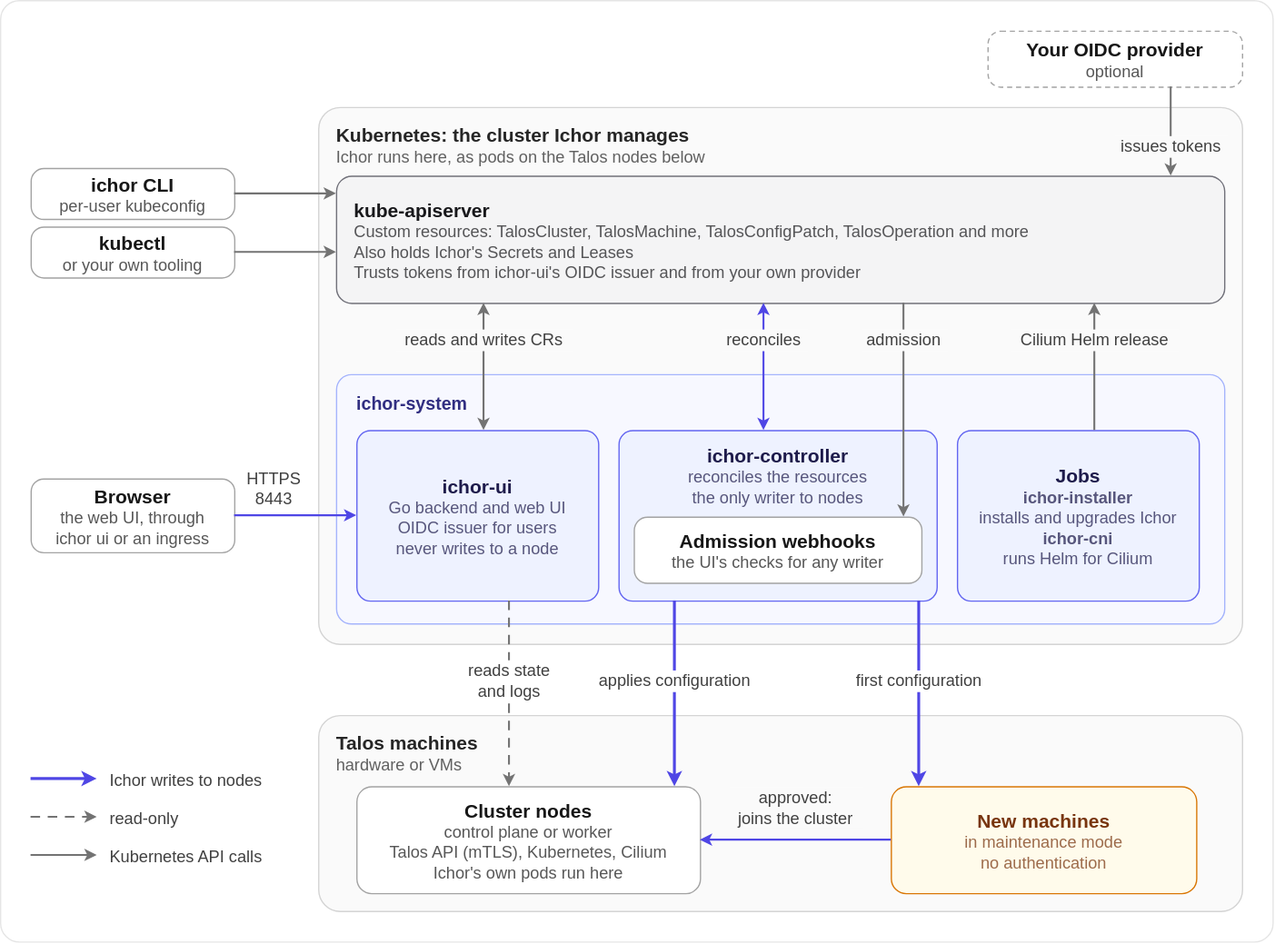
This is docs/images/architecture.light.drawio.svg from maeshinshin/ichor, a draw.io export, as it was before one commit. Source tidied: cells renumbered, new cells last; positions are measured from the earlier drawing's top-left corner, leaving out a move shared by most shapes.
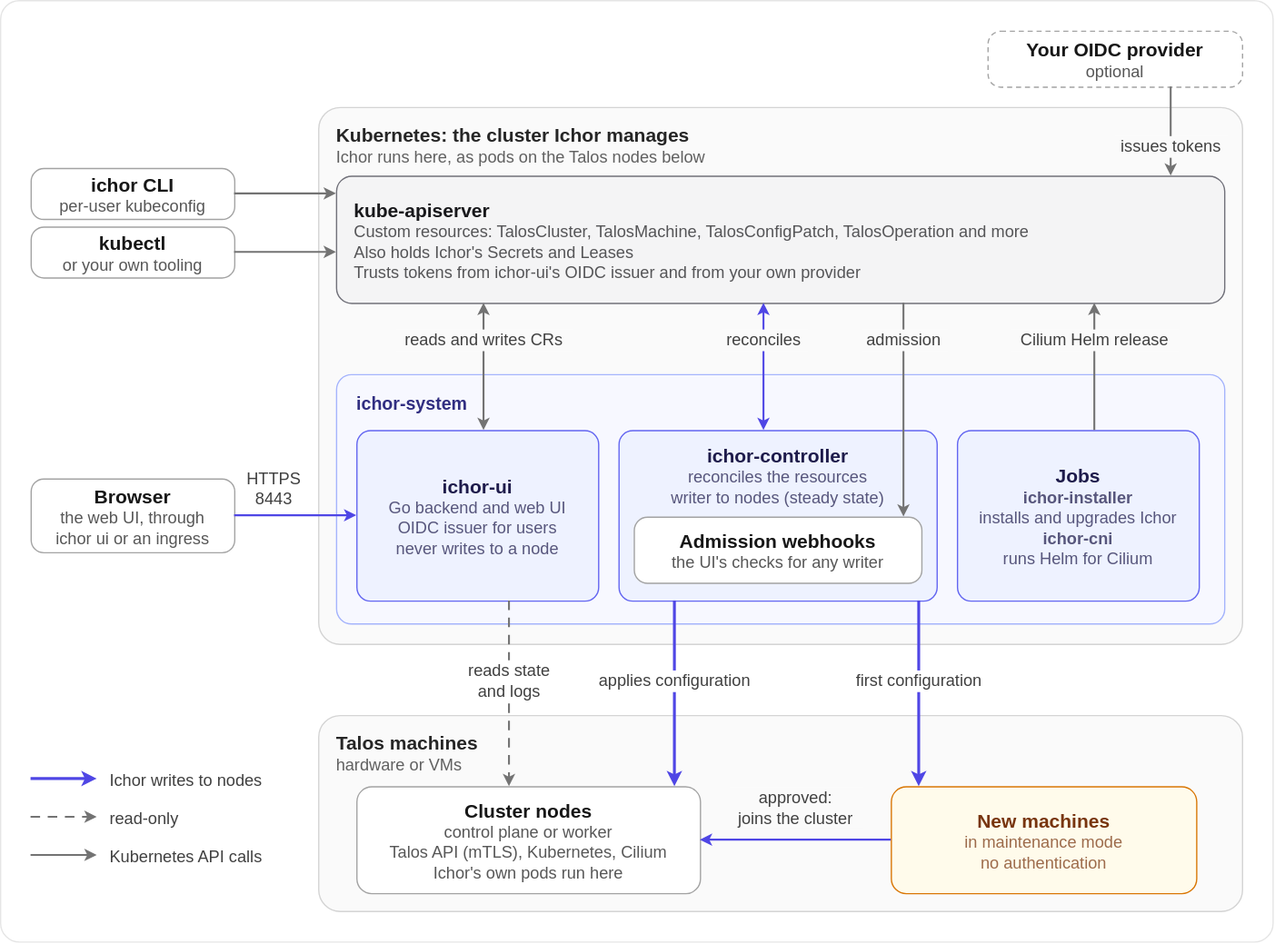
Above is the later version.

Commit message:
docs: the architecture diagram labels the controller the writer to nodes in steady state

Change to the diagram source:
```diff
@@ -77,7 +77,7 @@
     <mxCell id="26" value="ichor-controller" style="html=0;fillColor=none;strokeColor=none;fontFamily=Helvetica;fontSize=15;fontColor=light-dark(#1E1B4B,#E0E7FF);align=center;verticalAlign=middle;spacing=0;fontStyle=1;" parent="25" vertex="1">
       <mxGeometry y="10" width="250" height="18" as="geometry" />
     </mxCell>
-    <mxCell id="27" value="reconciles the resources&#10;the only writer to nodes" style="html=0;fillColor=none;strokeColor=none;fontFamily=Helvetica;fontSize=13;fontColor=light-dark(#1E1B4B,#E0E7FF);align=center;verticalAlign=middle;spacing=0;textOpacity=72;" parent="25" vertex="1">
+    <mxCell id="27" value="reconciles the resources&#10;writer to nodes (steady state)" style="html=0;fillColor=none;strokeColor=none;fontFamily=Helvetica;fontSize=13;fontColor=light-dark(#1E1B4B,#E0E7FF);align=center;verticalAlign=middle;spacing=0;textOpacity=72;" parent="25" vertex="1">
       <mxGeometry y="28" width="250" height="32" as="geometry" />
     </mxCell>
     <mxCell id="28" style="rounded=1;arcSize=20;fillColor=light-dark(#FFFFFF,#1A1A1A);strokeColor=light-dark(#A3A3A3,#525252);strokeWidth=1;fontColor=light-dark(#171717,#FAFAFA);fontFamily=Helvetica;fontSize=15;align=center;verticalAlign=middle;html=0;" parent="25" vertex="1">
```
